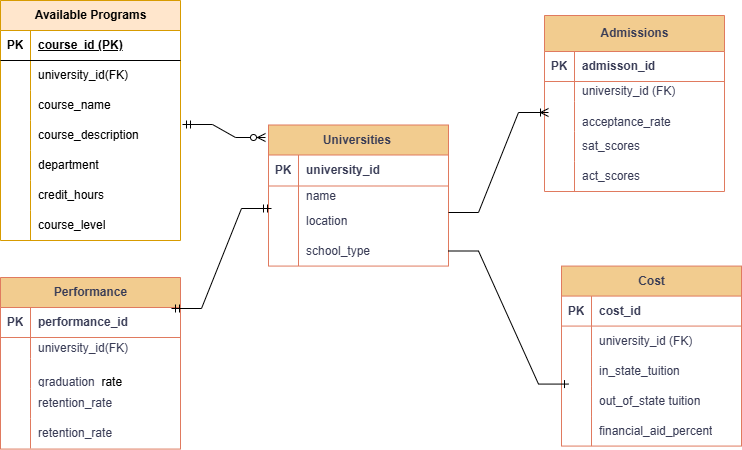
Manny-97/dec-hackathon keeps this draw.io diagram as U.S. University.drawio.png. Above is the earlier version. Source tidied: cells renumbered, new cells last; positions are measured from the earlier drawing's top-left corner, leaving out a move shared by most shapes.
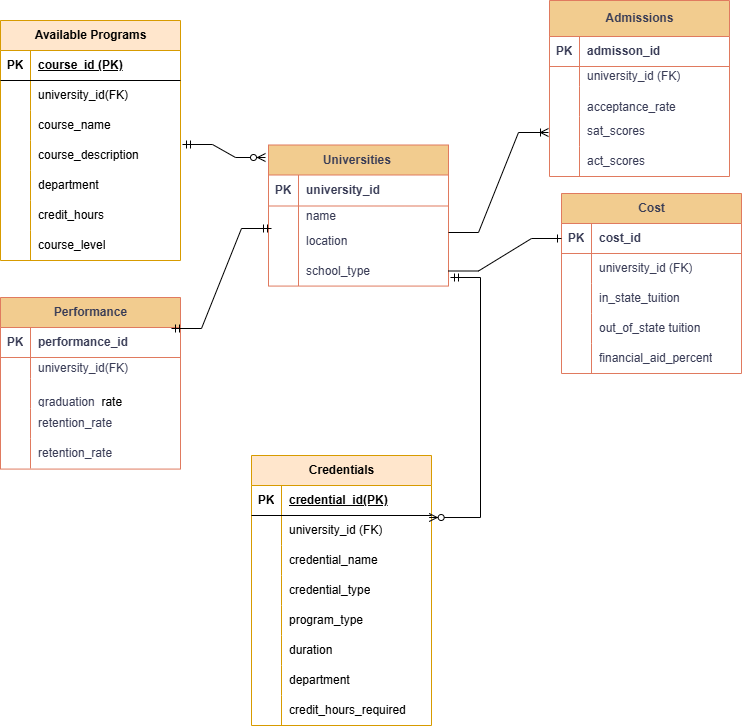
Above is the later version.

Change to the diagram source:
```diff
@@ -42,7 +42,7 @@
       <mxGeometry x="30" width="150" height="30" as="geometry" />
     </mxCell>
     <mxCell id="15" value="Cost" style="shape=table;startSize=30;rowLines=0;fontStyle=1;align=center;html=1;labelBackgroundColor=none;fillColor=#F2CC8F;strokeColor=#E07A5F;fontColor=#393C56;" parent="1" vertex="1">
-      <mxGeometry x="561" y="265.6" width="180" height="180" as="geometry" />
+      <mxGeometry x="561" y="173" width="180" height="180" as="geometry" />
     </mxCell>
     <mxCell id="16" style="shape=tableRow;horizontal=0;startSize=0;swimlaneHead=0;swimlaneBody=0;fillColor=none;points=[[0,0.5],[1,0.5]];portConstraint=eastwest;top=0;left=0;right=0;bottom=1;labelBackgroundColor=none;strokeColor=#E07A5F;fontColor=#393C56;" parent="15" vertex="1">
       <mxGeometry y="30" width="180" height="30" as="geometry" />
@@ -138,7 +138,7 @@
       <mxGeometry x="30" width="150" height="30" as="geometry" />
     </mxCell>
     <mxCell id="47" value="Admissions" style="shape=table;startSize=36;rowLines=0;fontStyle=1;align=center;html=1;labelBackgroundColor=none;fillColor=#F2CC8F;strokeColor=#E07A5F;fontColor=#393C56;" parent="1" vertex="1">
-      <mxGeometry x="544" y="15" width="180" height="176" as="geometry" />
+      <mxGeometry x="549" y="-20" width="180" height="176" as="geometry" />
     </mxCell>
     <mxCell id="48" style="shape=tableRow;horizontal=0;startSize=0;swimlaneHead=0;swimlaneBody=0;fillColor=none;top=0;left=0;right=0;bottom=1;labelBackgroundColor=none;strokeColor=#E07A5F;fontColor=#393C56;" parent="47" vertex="1">
       <mxGeometry y="36" width="180" height="30" as="geometry" />
@@ -197,10 +197,8 @@
         <mxPoint x="271" y="208" as="targetPoint" />
       </mxGeometry>
     </mxCell>
-    <mxCell id="65" style="edgeStyle=entityRelationEdgeStyle;fontSize=12;html=1;endArrow=ERone;endFill=1;rounded=0;exitX=1;exitY=0.5;exitDx=0;exitDy=0;" parent="1" edge="1" source="12">
-      <mxGeometry relative="1" as="geometry">
-        <mxPoint x="568" y="383.6" as="targetPoint" />
-      </mxGeometry>
+    <mxCell id="65" style="edgeStyle=entityRelationEdgeStyle;fontSize=12;html=1;endArrow=ERone;endFill=1;rounded=0;exitX=1;exitY=0.5;exitDx=0;exitDy=0;entryX=0;entryY=0.5;entryDx=0;entryDy=0;" parent="1" edge="1" source="12" target="16">
+      <mxGeometry relative="1" as="geometry" />
     </mxCell>
     <mxCell id="66" value="Available Programs" style="shape=table;startSize=30;rowLines=0;fontStyle=1;align=center;html=1;fillColor=#ffe6cc;strokeColor=#d79b00;" parent="1" vertex="1">
       <mxGeometry width="180" height="240" as="geometry" />
@@ -274,5 +272,85 @@
         <mxPoint x="265" y="137" as="targetPoint" />
       </mxGeometry>
     </mxCell>
+    <mxCell id="89" value="Credentials" style="shape=table;startSize=30;rowLines=0;fontStyle=1;align=center;html=1;fillColor=#ffe6cc;strokeColor=#d79b00;" parent="1" vertex="1">
+      <mxGeometry x="251" y="435" width="180" height="270" as="geometry" />
+    </mxCell>
+    <mxCell id="90" style="shape=tableRow;horizontal=0;startSize=0;swimlaneHead=0;swimlaneBody=0;fillColor=none;top=0;left=0;right=0;bottom=1;" parent="89" vertex="1">
+      <mxGeometry y="30" width="180" height="30" as="geometry" />
+    </mxCell>
+    <mxCell id="91" value="PK" style="shape=partialRectangle;fillColor=none;top=0;left=0;bottom=0;right=0;fontStyle=1;overflow=hidden;whiteSpace=wrap;html=1;" parent="90" vertex="1">
+      <mxGeometry width="30" height="30" as="geometry" />
+    </mxCell>
+    <mxCell id="92" value="credential_id(PK)" style="shape=partialRectangle;fillColor=none;top=0;left=0;bottom=0;right=0;align=left;spacingLeft=6;fontStyle=5;overflow=hidden;whiteSpace=wrap;html=1;" parent="90" vertex="1">
+      <mxGeometry x="30" width="150" height="30" as="geometry" />
+    </mxCell>
+    <mxCell id="93" style="shape=tableRow;horizontal=0;startSize=0;swimlaneHead=0;swimlaneBody=0;fillColor=none;points=[[0,0.5],[1,0.5]];portConstraint=eastwest;top=0;left=0;right=0;bottom=0;" parent="89" vertex="1">
+      <mxGeometry y="60" width="180" height="30" as="geometry" />
+    </mxCell>
+    <mxCell id="94" style="shape=partialRectangle;fillColor=none;top=0;left=0;bottom=0;right=0;overflow=hidden;whiteSpace=wrap;html=1;" parent="93" vertex="1">
+      <mxGeometry width="30" height="30" as="geometry" />
+    </mxCell>
+    <mxCell id="95" value="university_id (FK)" style="shape=partialRectangle;fillColor=none;top=0;left=0;bottom=0;right=0;align=left;spacingLeft=6;overflow=hidden;whiteSpace=wrap;html=1;" parent="93" vertex="1">
+      <mxGeometry x="30" width="150" height="30" as="geometry" />
+    </mxCell>
+    <mxCell id="96" style="shape=tableRow;horizontal=0;startSize=0;swimlaneHead=0;swimlaneBody=0;fillColor=none;top=0;left=0;right=0;bottom=0;" parent="89" vertex="1">
+      <mxGeometry y="90" width="180" height="30" as="geometry" />
+    </mxCell>
+    <mxCell id="97" style="shape=partialRectangle;fillColor=none;top=0;left=0;bottom=0;right=0;overflow=hidden;whiteSpace=wrap;html=1;" parent="96" vertex="1">
+      <mxGeometry width="30" height="30" as="geometry" />
+    </mxCell>
+    <mxCell id="98" value="credential_name" style="shape=partialRectangle;fillColor=none;top=0;left=0;bottom=0;right=0;align=left;spacingLeft=6;overflow=hidden;whiteSpace=wrap;html=1;" parent="96" vertex="1">
+      <mxGeometry x="30" width="150" height="30" as="geometry" />
+    </mxCell>
+    <mxCell id="99" style="shape=tableRow;horizontal=0;startSize=0;swimlaneHead=0;swimlaneBody=0;fillColor=none;top=0;left=0;right=0;bottom=0;" parent="89" vertex="1">
+      <mxGeometry y="120" width="180" height="30" as="geometry" />
+    </mxCell>
+    <mxCell id="100" style="shape=partialRectangle;fillColor=none;top=0;left=0;bottom=0;right=0;overflow=hidden;whiteSpace=wrap;html=1;" parent="99" vertex="1">
+      <mxGeometry width="30" height="30" as="geometry" />
+    </mxCell>
+    <mxCell id="101" value="credential_type" style="shape=partialRectangle;fillColor=none;top=0;left=0;bottom=0;right=0;align=left;spacingLeft=6;overflow=hidden;whiteSpace=wrap;html=1;" parent="99" vertex="1">
+      <mxGeometry x="30" width="150" height="30" as="geometry" />
+    </mxCell>
+    <mxCell id="102" style="shape=tableRow;horizontal=0;startSize=0;swimlaneHead=0;swimlaneBody=0;fillColor=none;top=0;left=0;right=0;bottom=0;" parent="89" vertex="1">
+      <mxGeometry y="150" width="180" height="30" as="geometry" />
+    </mxCell>
+    <mxCell id="103" style="shape=partialRectangle;fillColor=none;top=0;left=0;bottom=0;right=0;overflow=hidden;whiteSpace=wrap;html=1;" parent="102" vertex="1">
+      <mxGeometry width="30" height="30" as="geometry" />
+    </mxCell>
+    <mxCell id="104" value="program_type" style="shape=partialRectangle;fillColor=none;top=0;left=0;bottom=0;right=0;align=left;spacingLeft=6;overflow=hidden;whiteSpace=wrap;html=1;" parent="102" vertex="1">
+      <mxGeometry x="30" width="150" height="30" as="geometry" />
+    </mxCell>
+    <mxCell id="105" style="shape=tableRow;horizontal=0;startSize=0;swimlaneHead=0;swimlaneBody=0;fillColor=none;top=0;left=0;right=0;bottom=0;" parent="89" vertex="1">
+      <mxGeometry y="180" width="180" height="30" as="geometry" />
+    </mxCell>
+    <mxCell id="106" style="shape=partialRectangle;fillColor=none;top=0;left=0;bottom=0;right=0;overflow=hidden;whiteSpace=wrap;html=1;" parent="105" vertex="1">
+      <mxGeometry width="30" height="30" as="geometry" />
+    </mxCell>
+    <mxCell id="107" value="duration" style="shape=partialRectangle;fillColor=none;top=0;left=0;bottom=0;right=0;align=left;spacingLeft=6;overflow=hidden;whiteSpace=wrap;html=1;" parent="105" vertex="1">
+      <mxGeometry x="30" width="150" height="30" as="geometry" />
+    </mxCell>
+    <mxCell id="108" style="shape=tableRow;horizontal=0;startSize=0;swimlaneHead=0;swimlaneBody=0;fillColor=none;top=0;left=0;right=0;bottom=0;" parent="89" vertex="1">
+      <mxGeometry y="210" width="180" height="30" as="geometry" />
+    </mxCell>
+    <mxCell id="109" style="shape=partialRectangle;fillColor=none;top=0;left=0;bottom=0;right=0;overflow=hidden;whiteSpace=wrap;html=1;" parent="108" vertex="1">
+      <mxGeometry width="30" height="30" as="geometry" />
+    </mxCell>
+    <mxCell id="110" value="department" style="shape=partialRectangle;fillColor=none;top=0;left=0;bottom=0;right=0;align=left;spacingLeft=6;overflow=hidden;whiteSpace=wrap;html=1;" parent="108" vertex="1">
+      <mxGeometry x="30" width="150" height="30" as="geometry" />
+    </mxCell>
+    <mxCell id="111" style="shape=tableRow;horizontal=0;startSize=0;swimlaneHead=0;swimlaneBody=0;fillColor=none;top=0;left=0;right=0;bottom=0;" parent="89" vertex="1">
+      <mxGeometry y="240" width="180" height="30" as="geometry" />
+    </mxCell>
+    <mxCell id="112" style="shape=partialRectangle;fillColor=none;top=0;left=0;bottom=0;right=0;overflow=hidden;whiteSpace=wrap;html=1;" parent="111" vertex="1">
+      <mxGeometry width="30" height="30" as="geometry" />
+    </mxCell>
+    <mxCell id="113" value="credit_hours_required" style="shape=partialRectangle;fillColor=none;top=0;left=0;bottom=0;right=0;align=left;spacingLeft=6;overflow=hidden;whiteSpace=wrap;html=1;" parent="111" vertex="1">
+      <mxGeometry x="30" width="150" height="30" as="geometry" />
+    </mxCell>
+    <mxCell id="114" style="edgeStyle=entityRelationEdgeStyle;fontSize=12;html=1;endArrow=ERzeroToMany;startArrow=ERmandOne;rounded=0;entryX=0.987;entryY=0.067;entryDx=0;entryDy=0;entryPerimeter=0;" parent="1" edge="1" target="93">
+      <mxGeometry relative="1" as="geometry">
+        <mxPoint x="450" y="257" as="sourcePoint" />
+      </mxGeometry>
+    </mxCell>
   </root>
 </mxGraphModel>
```
